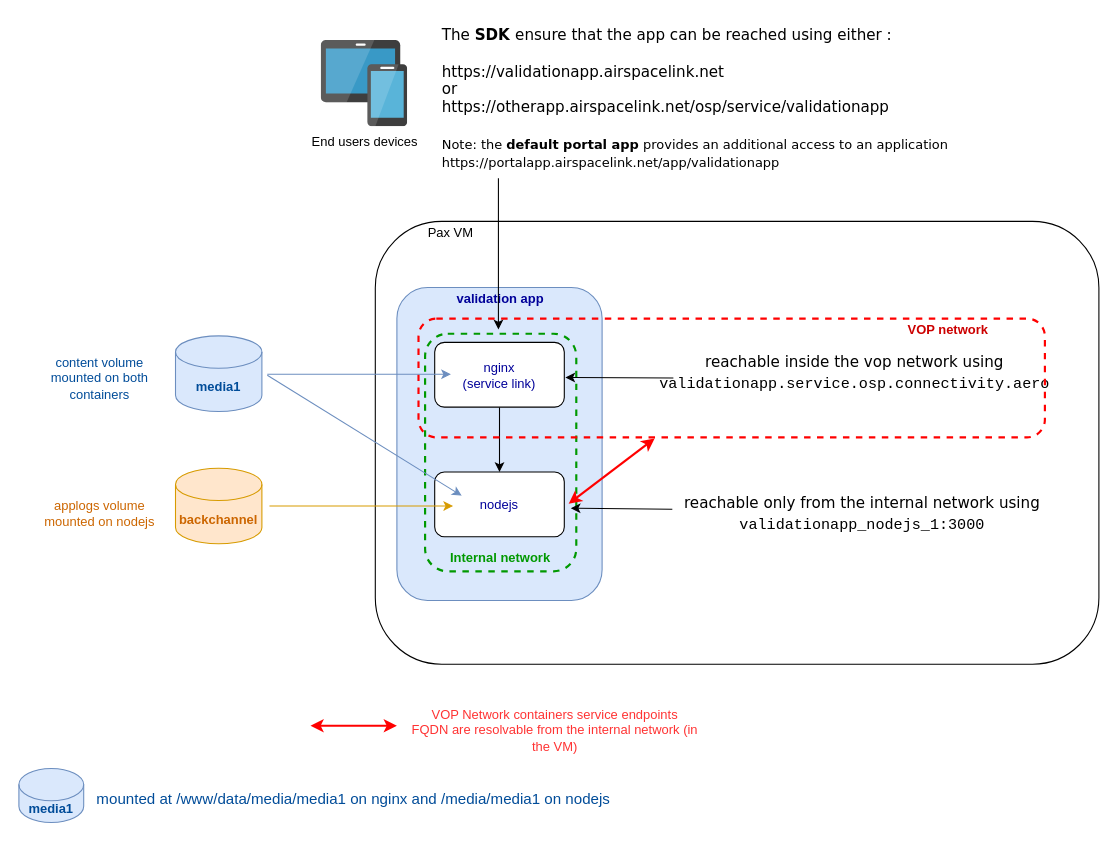
claytonbrown/aws-drawing keeps this draw.io diagram as SDK-Networking.drawio. Above is the earlier version. Source tidied: cells renumbered, new cells numbered last; positions are measured from the earlier drawing's top-left corner, leaving out a move shared by most shapes. Both pictures are drawn from the tidied source at 108%, with x=0, y=0 at pixel (18, 18).
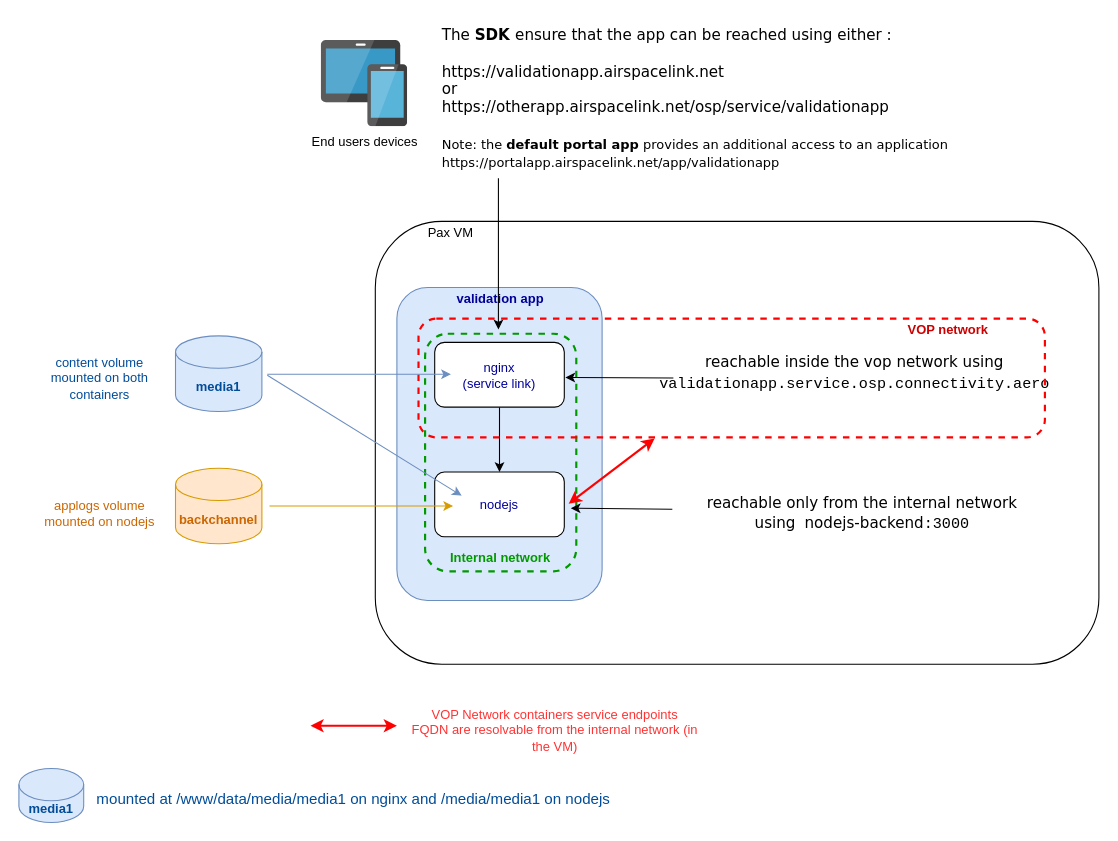
Above is the later version.

The edit, as a diff of the source:
```diff
@@
-    <mxCell id="25" value="&lt;div style=&quot;font-size: 14px ; line-height: 19px&quot;&gt;&lt;font color=&quot;#000000&quot;&gt;&lt;font face=&quot;Verdana&quot;&gt;reachable only from the internal network using&lt;/font&gt;&lt;font face=&quot;consolas, courier new, monospace&quot;&gt; validationapp_nodejs_1:3000&lt;/font&gt;&lt;/font&gt;&lt;/div&gt;" style="text;html=1;strokeColor=none;fillColor=none;align=center;verticalAlign=middle;whiteSpace=wrap;rounded=0;dashed=1;fontColor=#009900;" parent="1" vertex="1">
+    <mxCell id="25" value="&lt;p style=&quot;font-size: 14px ; line-height: 19px&quot;&gt;&lt;span style=&quot;background-color: rgb(255 , 255 , 255)&quot;&gt;&lt;font color=&quot;#000000&quot;&gt;&lt;font face=&quot;Verdana&quot;&gt;reachable only from the internal network using&lt;/font&gt;&lt;font face=&quot;consolas, courier new, monospace&quot;&gt;&amp;nbsp;&lt;/font&gt;&lt;/font&gt;&lt;font face=&quot;Verdana&quot; color=&quot;#000000&quot;&gt;nodejs-backend&lt;/font&gt;&lt;span style=&quot;font-family: &amp;#34;consolas&amp;#34; , &amp;#34;courier new&amp;#34; , monospace ; color: rgb(0 , 0 , 0)&quot;&gt;:3000&lt;/span&gt;&lt;/span&gt;&lt;/p&gt;" style="text;html=1;strokeColor=none;fillColor=none;align=center;verticalAlign=middle;whiteSpace=wrap;rounded=0;dashed=1;fontColor=#009900;" parent="1" vertex="1">
       <mxGeometry x="601" y="448" width="360" height="20" as="geometry" />
     </mxCell>
```
